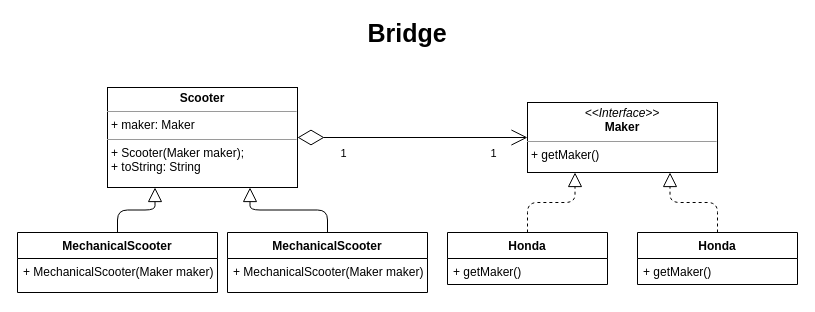
antariuz/uml keeps this draw.io diagram as page "Bridge" (2 of 7) of patterns/structural.drawio. Above is the earlier version. Source tidied: cells renumbered, new cells numbered last; positions are measured from the earlier drawing's top-left corner, leaving out a move shared by most shapes. Both pictures are drawn from the tidied source at 100%, with x=0, y=0 at pixel (17, 22).
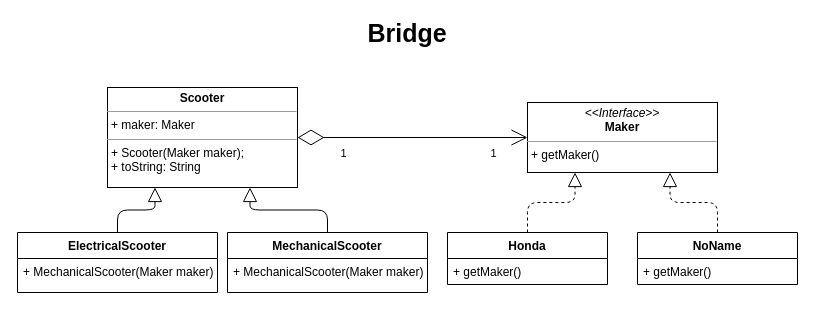
The same page after the edit.

The edit, as a diff of the source:
```diff
@@
-    <mxCell id="6" value="Honda" style="swimlane;fontStyle=1;align=center;verticalAlign=top;horizontal=1;startSize=26;" parent="1" vertex="1">
+    <mxCell id="6" value="NoName" style="swimlane;fontStyle=1;align=center;verticalAlign=top;horizontal=1;startSize=26;" parent="1" vertex="1">
       <mxGeometry x="620" y="210" width="160" height="52" as="geometry" />
     </mxCell>
@@
-    <mxCell id="16" value="MechanicalScooter" style="swimlane;fontStyle=1;align=center;verticalAlign=top;horizontal=1;startSize=26;" parent="1" vertex="1">
+    <mxCell id="16" value="ElectricalScooter" style="swimlane;fontStyle=1;align=center;verticalAlign=top;horizontal=1;startSize=26;" parent="1" vertex="1">
       <mxGeometry y="210" width="200" height="60" as="geometry" />
     </mxCell>
```
